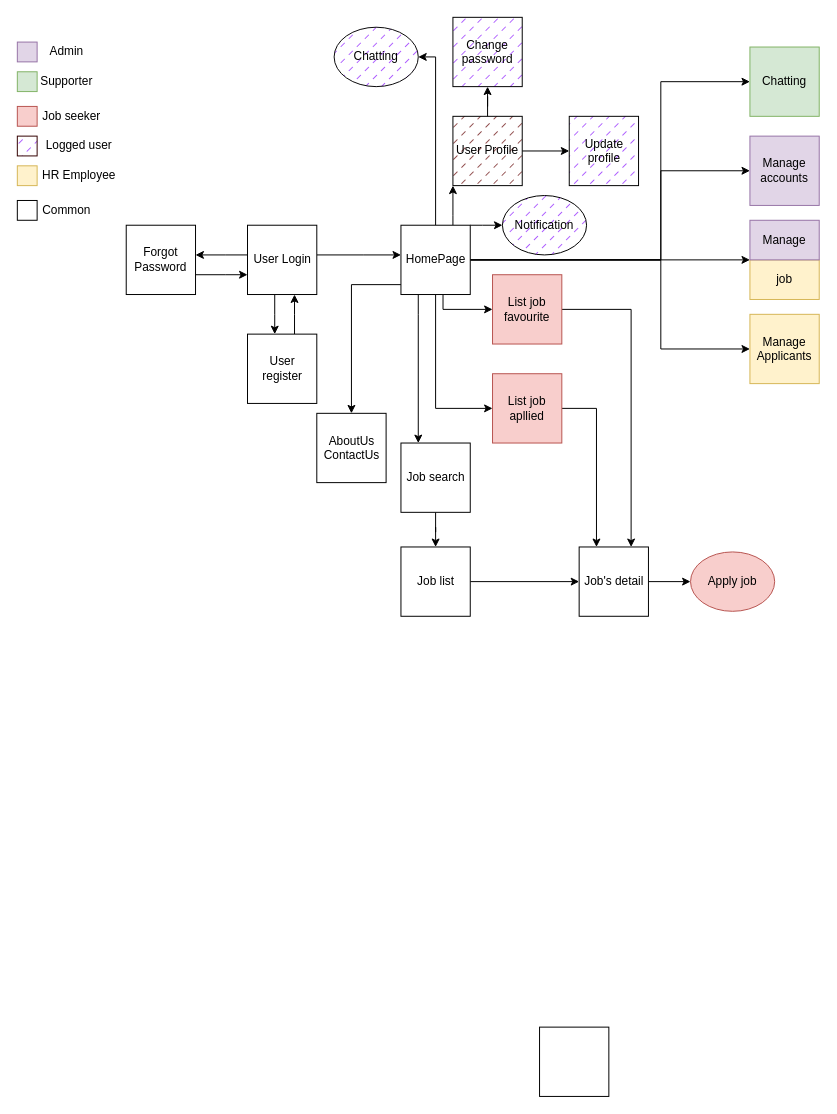
The draw.io diagram Biểu đồ không có tiêu đề.drawio in 13personn/MainRepository, before the edit. Source tidied: cells renumbered, new cells numbered last; positions are measured from the earlier drawing's top-left corner, leaving out a move shared by most shapes. Both pictures are drawn from the tidied source at 99%, with x=0, y=0 at pixel (17, 17).
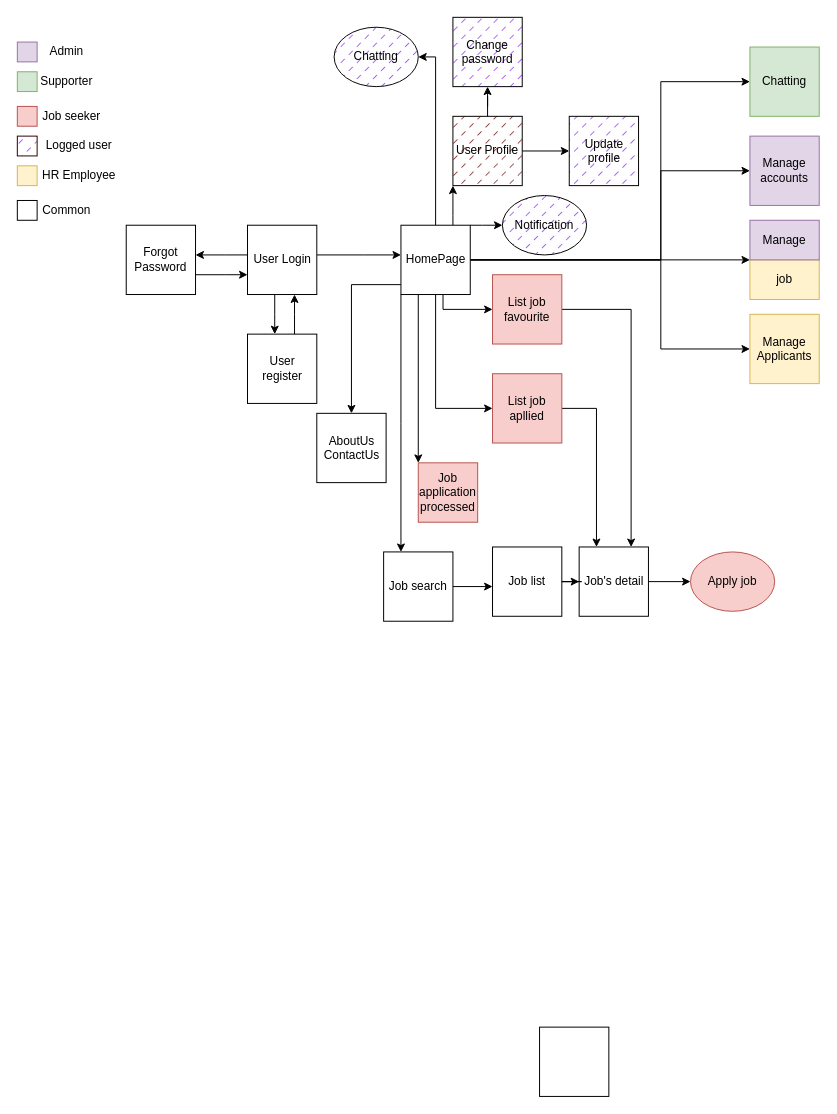
The same diagram, later.

Commit message:
Cập nhật Biểu đồ không có tiêu đề.drawio

Unchanged cells that the change refers to:
```xml
<mxCell id="13" value="HomePage" style="whiteSpace=wrap;html=1;" parent="1" vertex="1">
  <mxGeometry x="387.5" y="210" width="70" height="70" as="geometry" />
</mxCell>
```

Change to the diagram source:
```diff
@@
-    <mxCell id="7" style="edgeStyle=orthogonalEdgeStyle;rounded=0;jettySize=auto;html=1;entryX=0.25;entryY=0;entryDx=0;entryDy=0;" parent="1" edge="1" source="13" target="18">
-      <mxGeometry relative="1" as="geometry">
-        <Array as="points">
-          <mxPoint x="405" y="300" />
-          <mxPoint x="405" y="300" />
-        </Array>
-      </mxGeometry>
-    </mxCell>
@@
+    <mxCell id="7" style="edgeStyle=orthogonalEdgeStyle;rounded=0;jettySize=auto;html=1;entryX=0.25;entryY=0;entryDx=0;entryDy=0;" parent="1" edge="1" source="13" target="18">
+      <mxGeometry relative="1" as="geometry">
+        <Array as="points">
+          <mxPoint x="388" y="410" />
+        </Array>
+      </mxGeometry>
+    </mxCell>
@@
-    <mxCell id="17" style="edgeStyle=orthogonalEdgeStyle;rounded=0;jettySize=auto;html=1;entryX=0.5;entryY=0;entryDx=0;entryDy=0;" parent="1" edge="1" source="18" target="44">
-      <mxGeometry relative="1" as="geometry" />
+    <mxCell id="17" style="edgeStyle=orthogonalEdgeStyle;rounded=0;jettySize=auto;html=1;" parent="1" edge="1" source="18" target="44">
+      <mxGeometry relative="1" as="geometry">
+        <Array as="points">
+          <mxPoint x="430" y="580" />
+          <mxPoint x="430" y="580" />
+        </Array>
+      </mxGeometry>
     </mxCell>
     <mxCell id="18" value="Job search" style="whiteSpace=wrap;html=1;" parent="1" vertex="1">
-      <mxGeometry x="387.5" y="430" width="70" height="70" as="geometry" />
+      <mxGeometry x="370" y="540" width="70" height="70" as="geometry" />
     </mxCell>
@@
     <mxCell id="44" value="Job list" style="whiteSpace=wrap;html=1;" parent="1" vertex="1">
-      <mxGeometry x="387.5" y="535" width="70" height="70" as="geometry" />
+      <mxGeometry x="480" y="535" width="70" height="70" as="geometry" />
     </mxCell>
@@
+    <mxCell id="59" style="endArrow=classic;html=1;rounded=0;exitX=0.25;exitY=1;exitDx=0;exitDy=0;entryX=0;entryY=0;entryDx=0;entryDy=0;" parent="1" edge="1" source="13" target="60">
+      <mxGeometry relative="1" as="geometry" />
+    </mxCell>
+    <mxCell id="60" value="Job application processed" style="whiteSpace=wrap;html=1;fillColor=#f8cecc;strokeColor=#b85450;" parent="1" vertex="1">
+      <mxGeometry x="405" y="450" width="60" height="60" as="geometry" />
+    </mxCell>
```
